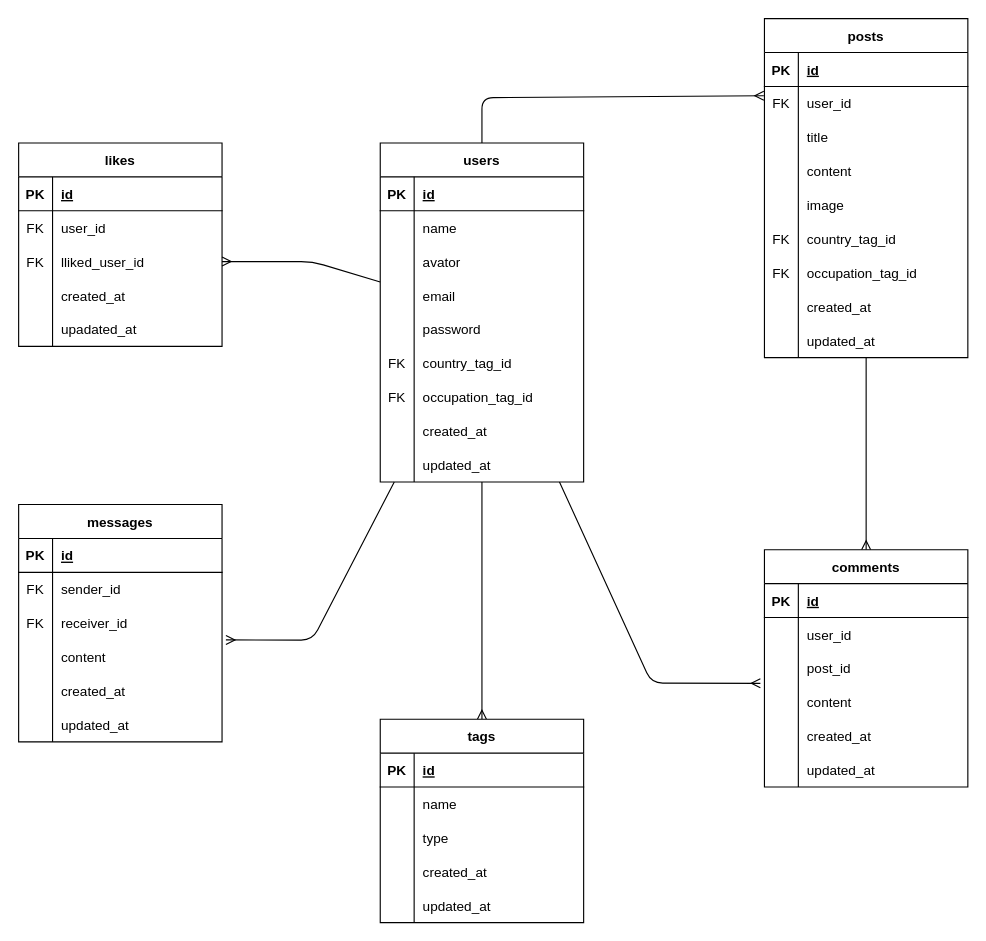
mako7200/Team-development keeps this draw.io diagram as dio/table2.dio. Above is the earlier version. Source tidied: cells renumbered, new cells numbered last; positions are measured from the earlier drawing's top-left corner, leaving out a move shared by most shapes. Both pictures are drawn from the tidied source at 113%, with x=0, y=0 at pixel (18, 18).
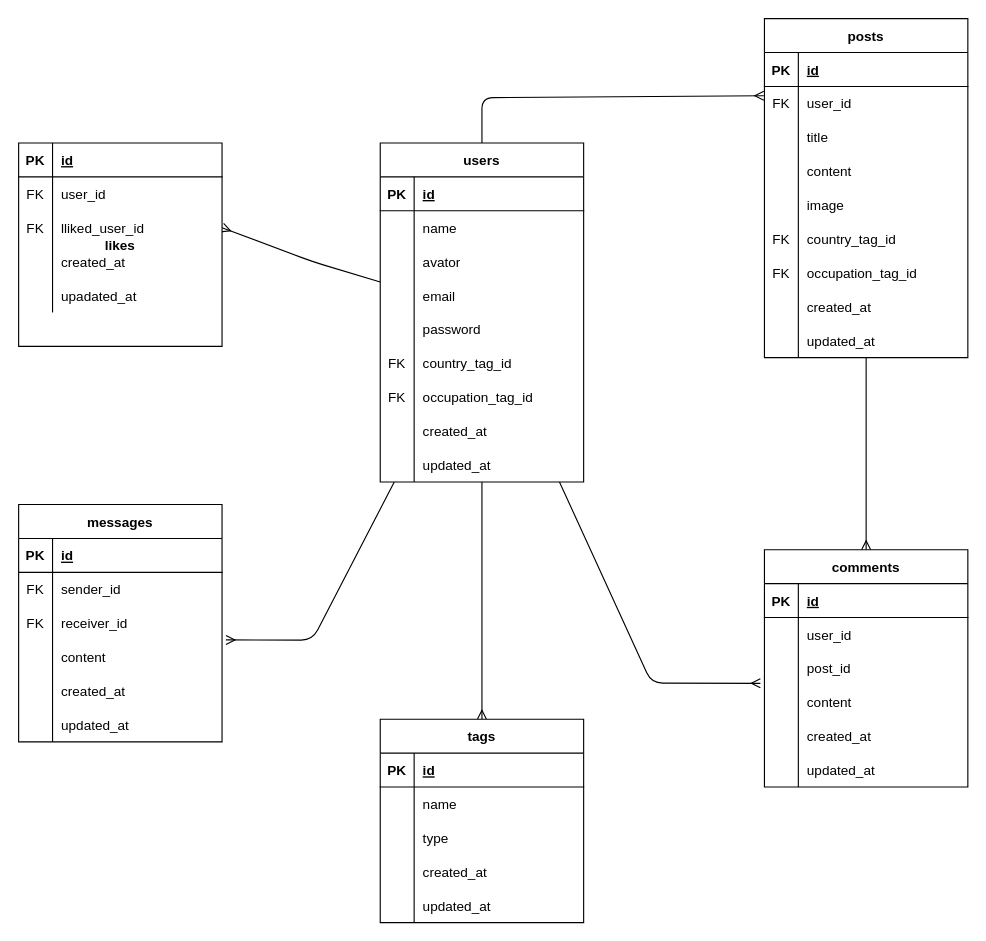
Above is the later version.

The edit, as a diff of the source:
```diff
@@
-    <mxCell id="35" value="likes" style="shape=table;startSize=30;childLayout=tableLayout;rowLines=0;fontStyle=1;align=center;" parent="1" vertex="1">
+    <mxCell id="35" value="likes" style="shape=table;startSize=0;childLayout=tableLayout;rowLines=0;fontStyle=1;align=center;" parent="1" vertex="1">
       <mxGeometry y="110" width="180" height="180" as="geometry" />
     </mxCell>
     <mxCell id="36" style="shape=tableRow;horizontal=0;startSize=0;swimlaneHead=0;swimlaneBody=0;fillColor=none;top=0;left=0;right=0;bottom=1;" parent="35" vertex="1">
-      <mxGeometry y="30" width="180" height="30" as="geometry" />
+      <mxGeometry width="180" height="30" as="geometry" />
     </mxCell>
@@
     <mxCell id="39" style="shape=tableRow;horizontal=0;startSize=0;swimlaneHead=0;swimlaneBody=0;fillColor=none;top=0;left=0;right=0;bottom=0;" parent="35" vertex="1">
-      <mxGeometry y="60" width="180" height="30" as="geometry" />
+      <mxGeometry y="30" width="180" height="30" as="geometry" />
     </mxCell>
@@
     <mxCell id="42" style="shape=tableRow;horizontal=0;startSize=0;swimlaneHead=0;swimlaneBody=0;fillColor=none;points=[[0,0.5],[1,0.5]];portConstraint=eastwest;top=0;left=0;right=0;bottom=0;" parent="35" vertex="1">
-      <mxGeometry y="90" width="180" height="30" as="geometry" />
+      <mxGeometry y="60" width="180" height="30" as="geometry" />
     </mxCell>
@@
     <mxCell id="45" style="shape=tableRow;horizontal=0;startSize=0;swimlaneHead=0;swimlaneBody=0;fillColor=none;top=0;left=0;right=0;bottom=0;" parent="35" vertex="1">
-      <mxGeometry y="120" width="180" height="30" as="geometry" />
+      <mxGeometry y="90" width="180" height="30" as="geometry" />
     </mxCell>
@@
     <mxCell id="48" style="shape=tableRow;horizontal=0;startSize=0;swimlaneHead=0;swimlaneBody=0;fillColor=none;top=0;left=0;right=0;bottom=0;" parent="35" vertex="1">
-      <mxGeometry y="150" width="180" height="30" as="geometry" />
+      <mxGeometry y="120" width="180" height="30" as="geometry" />
     </mxCell>
```
